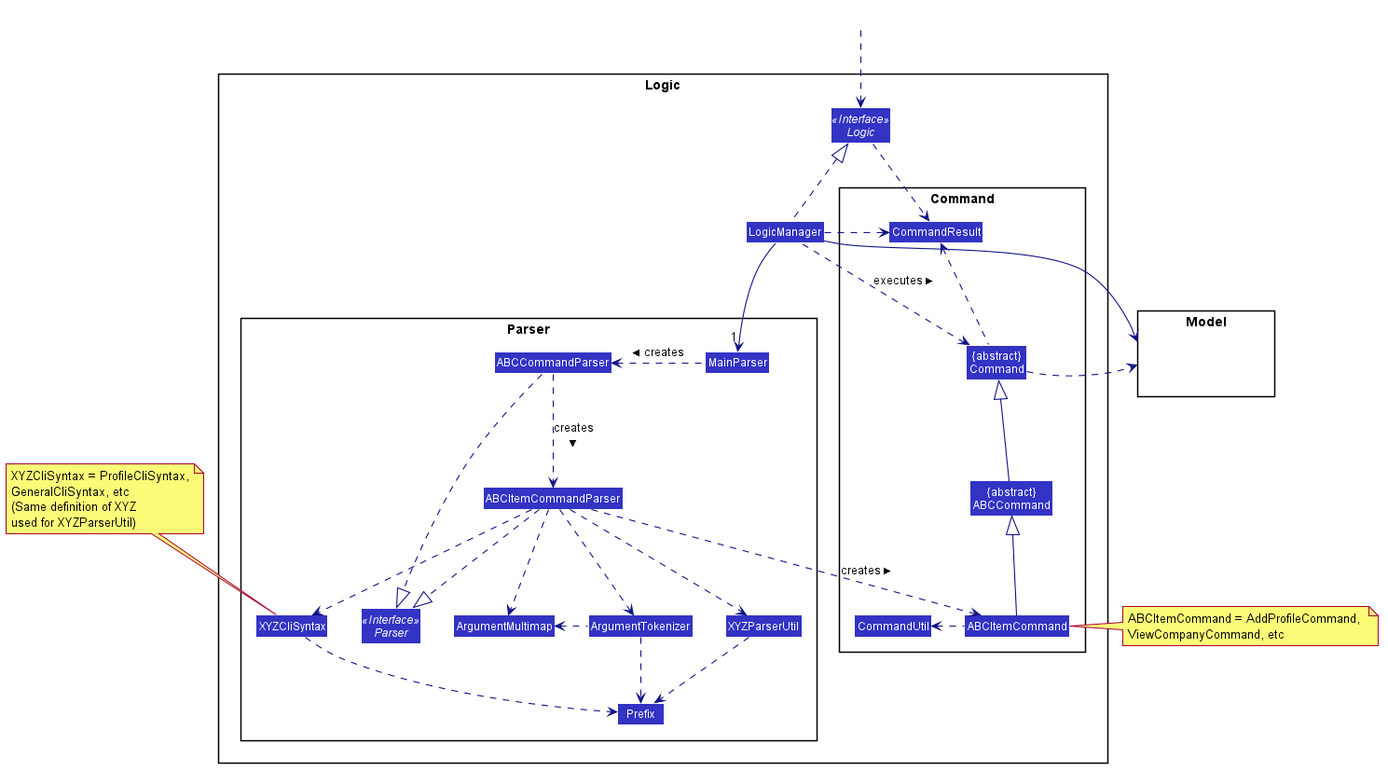
shawn-nyk/tp keeps this PlantUML diagram as docs/images/LogicClassDiagram.png. Above is the earlier version.
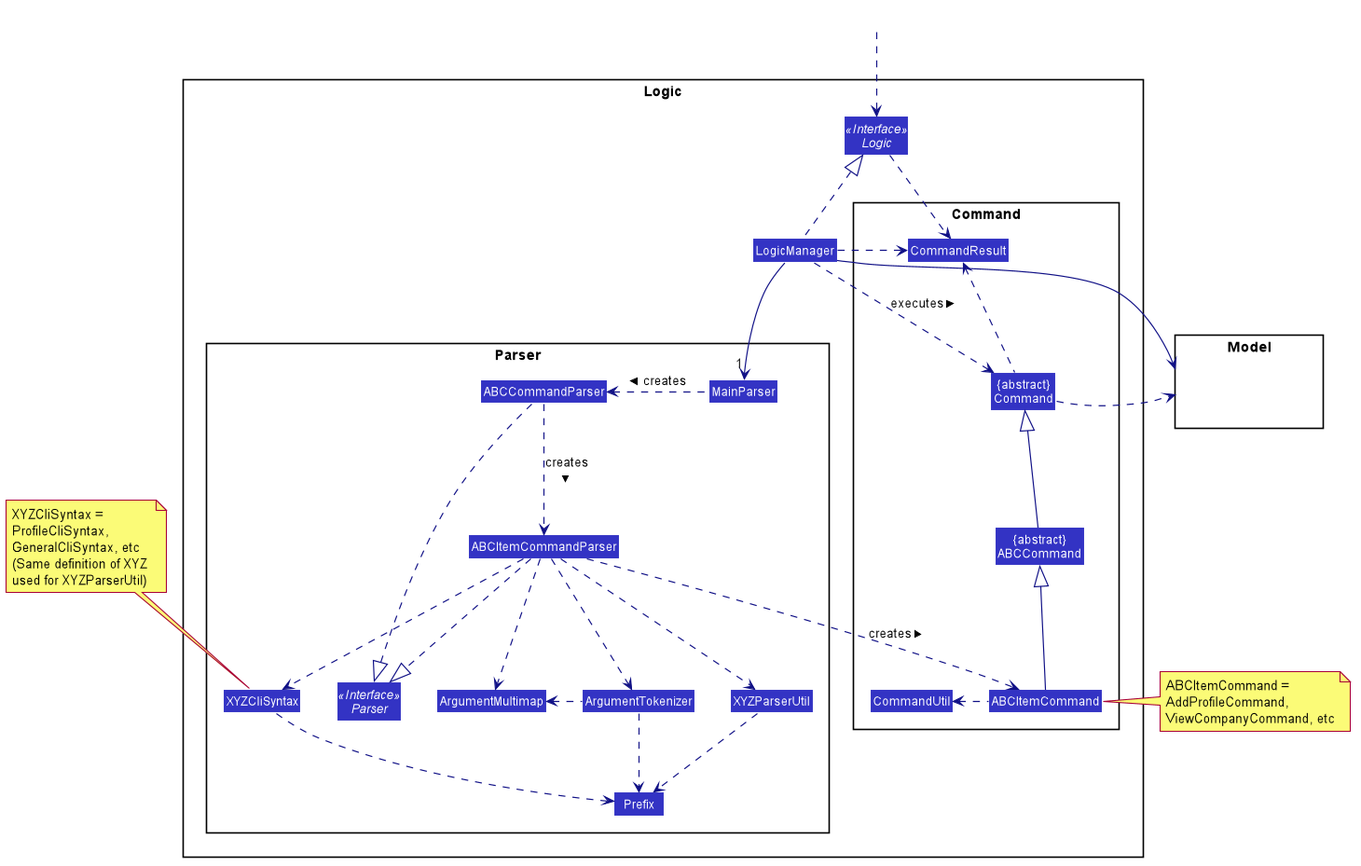
The same diagram one commit later.

Commit message:
Update logic component diagrams

What changed in the source:
```diff
@@ -105,11 +105,11 @@
 ABCItemCommand -left..-> CommandUtil
 LogicManager .left.> Command : executes >
 
-note top of XYZCliSyntax: XYZCliSyntax = ProfileCliSyntax,\nGeneralCliSyntax, etc \n(Same definition of XYZ \nused for XYZParserUtil)
+note top of XYZCliSyntax: XYZCliSyntax = \nProfileCliSyntax,\nGeneralCliSyntax, etc \n(Same definition of XYZ \nused for XYZParserUtil)
 
 LogicManager --> Model
 Command .right.> Model
-note right of ABCItemCommand: ABCItemCommand = AddProfileCommand, \nViewCompanyCommand, etc
+note right of ABCItemCommand: ABCItemCommand = \nAddProfileCommand, \nViewCompanyCommand, etc
 
 Logic ..> CommandResult
 LogicManager .down.> CommandResult
```
